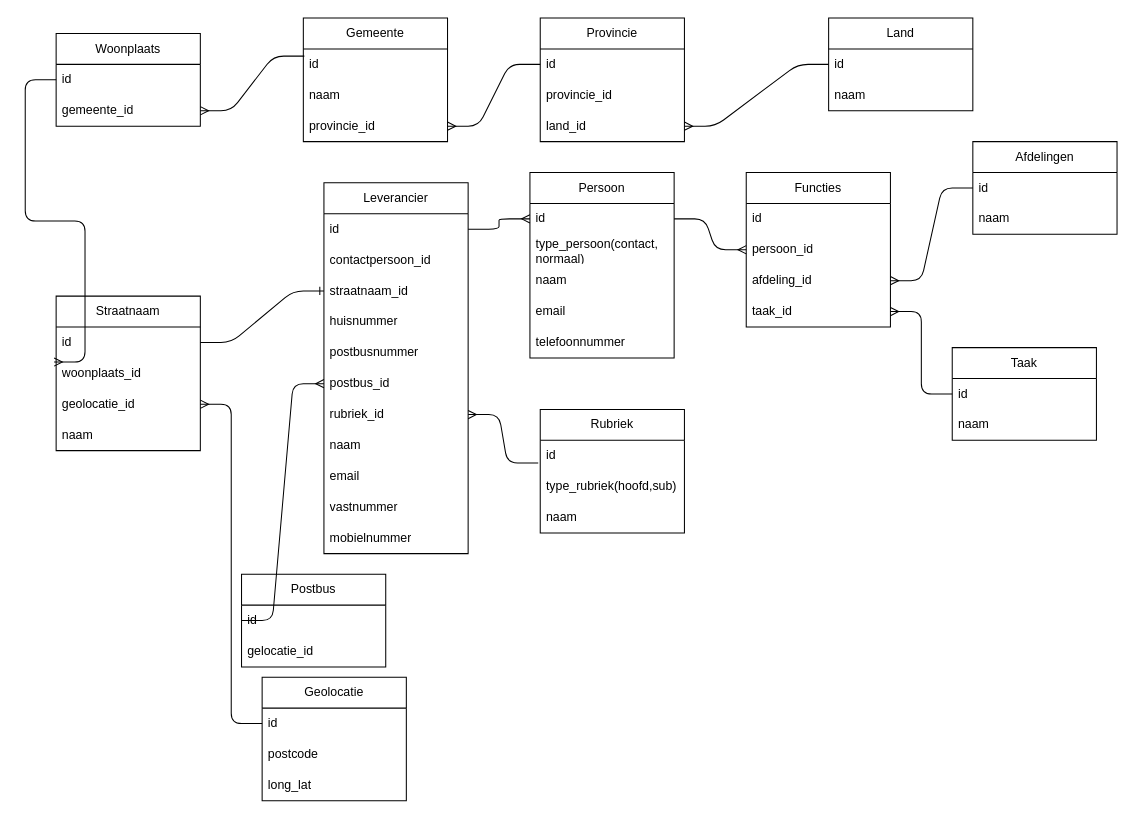
The draw.io diagram relational-data-storage/opdracht-1/DS-opdracht-1-vN.drawio in JaphletM/educom-data-science-1772441523, before the edit. Source tidied: cells renumbered, new cells numbered last; positions are measured from the earlier drawing's top-left corner, leaving out a move shared by most shapes. Both pictures are drawn from the tidied source at 103%, with x=0, y=0 at pixel (56, 18).
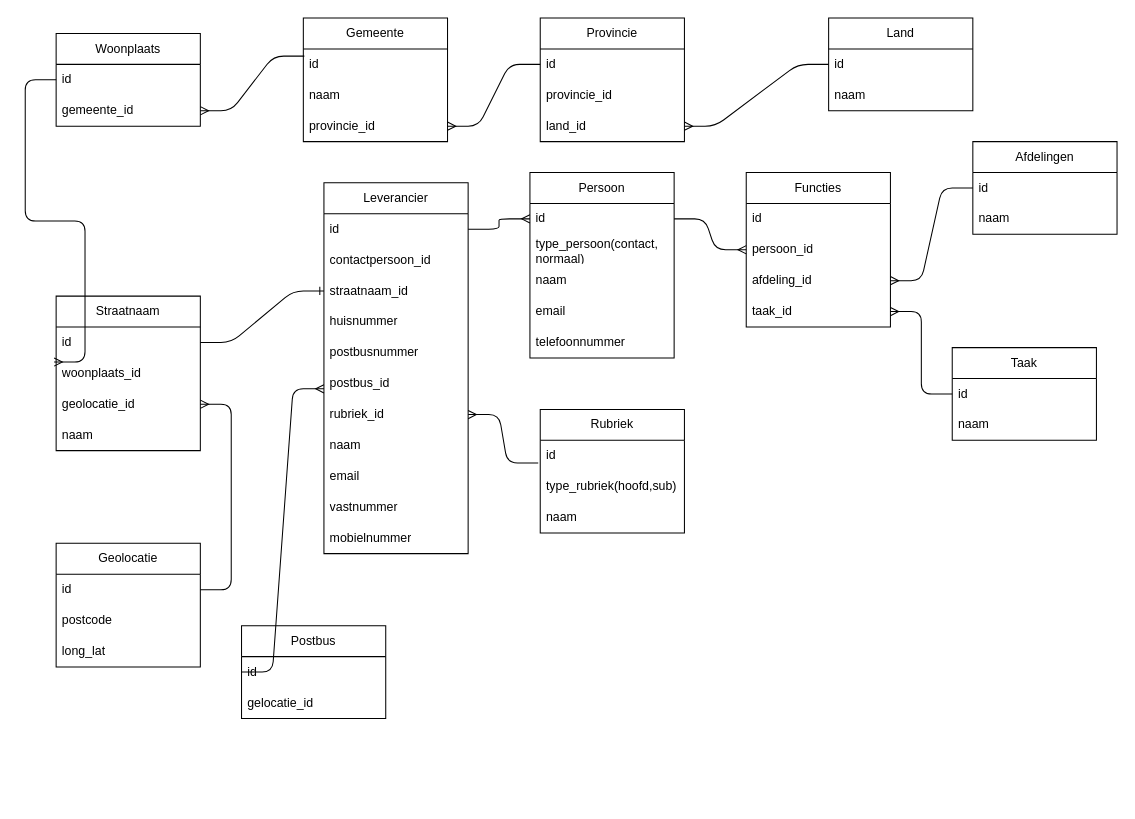
The same page after the edit.

Commit message:
Opdracht 2. ERD maken van bestaande database Fixes #3

Unchanged cells that the change refers to:
```xml
<mxCell id="3" value="id" style="text;strokeColor=none;fillColor=none;align=left;verticalAlign=middle;spacingLeft=4;spacingRight=4;overflow=hidden;points=[[0,0.5],[1,0.5]];portConstraint=eastwest;whiteSpace=wrap;html=1;" parent="2" vertex="1">
  <mxGeometry y="30" width="140" height="30" as="geometry" />
</mxCell>
<mxCell id="18" value="woonplaats_id" style="text;strokeColor=none;fillColor=none;align=left;verticalAlign=middle;spacingLeft=4;spacingRight=4;overflow=hidden;points=[[0,0.5],[1,0.5]];portConstraint=eastwest;whiteSpace=wrap;html=1;" parent="16" vertex="1">
  <mxGeometry y="60" width="140" height="30" as="geometry" />
</mxCell>
<mxCell id="19" value="geolocatie_id" style="text;strokeColor=none;fillColor=none;align=left;verticalAlign=middle;spacingLeft=4;spacingRight=4;overflow=hidden;points=[[0,0.5],[1,0.5]];portConstraint=eastwest;whiteSpace=wrap;html=1;" parent="16" vertex="1">
  <mxGeometry y="90" width="140" height="30" as="geometry" />
</mxCell>
<mxCell id="22" value="id" style="text;strokeColor=none;fillColor=none;align=left;verticalAlign=middle;spacingLeft=4;spacingRight=4;overflow=hidden;points=[[0,0.5],[1,0.5]];portConstraint=eastwest;whiteSpace=wrap;html=1;" parent="21" vertex="1">
  <mxGeometry y="30" width="140" height="30" as="geometry" />
</mxCell>
<mxCell id="31" value="postbus_id" style="text;strokeColor=none;fillColor=none;align=left;verticalAlign=middle;spacingLeft=4;spacingRight=4;overflow=hidden;points=[[0,0.5],[1,0.5]];portConstraint=eastwest;whiteSpace=wrap;html=1;" parent="25" vertex="1">
  <mxGeometry y="180" width="140" height="30" as="geometry" />
</mxCell>
<mxCell id="54" value="id" style="text;strokeColor=none;fillColor=none;align=left;verticalAlign=middle;spacingLeft=4;spacingRight=4;overflow=hidden;points=[[0,0.5],[1,0.5]];portConstraint=eastwest;whiteSpace=wrap;html=1;" parent="53" vertex="1">
  <mxGeometry y="30" width="140" height="30" as="geometry" />
</mxCell>
```

Change to the diagram source:
```diff
@@
     <mxCell id="21" value="Geolocatie" style="swimlane;fontStyle=0;horizontal=1;startSize=30;whiteSpace=wrap;html=1;" parent="1" vertex="1">
-      <mxGeometry x="200" y="640" width="140" height="120" as="geometry" />
+      <mxGeometry y="510" width="140" height="120" as="geometry" />
     </mxCell>
@@
     <mxCell id="49" style="edgeStyle=entityRelationEdgeStyle;fontSize=12;html=1;endArrow=ERmany;exitX=0;exitY=0.5;exitDx=0;exitDy=0;entryX=-0.014;entryY=0.133;entryDx=0;entryDy=0;entryPerimeter=0;" parent="1" edge="1" source="3" target="18">
-      <mxGeometry relative="1" as="geometry" />
+      <mxGeometry relative="1" as="geometry">
+        <Array as="points">
+          <mxPoint x="-20" y="20" />
+          <mxPoint x="-20" y="80" />
+          <mxPoint x="-20" y="270" />
+        </Array>
+      </mxGeometry>
     </mxCell>
-    <mxCell id="50" style="edgeStyle=entityRelationEdgeStyle;fontSize=12;html=1;endArrow=ERmany;exitX=0;exitY=0.5;exitDx=0;exitDy=0;" parent="1" edge="1" source="22" target="19">
+    <mxCell id="50" style="edgeStyle=entityRelationEdgeStyle;fontSize=12;html=1;endArrow=ERmany;exitX=1;exitY=0.5;exitDx=0;exitDy=0;" parent="1" edge="1" source="22" target="19">
       <mxGeometry relative="1" as="geometry" />
     </mxCell>
@@
     <mxCell id="53" value="Postbus" style="swimlane;fontStyle=0;horizontal=1;startSize=30;whiteSpace=wrap;html=1;" parent="1" vertex="1">
-      <mxGeometry x="180" y="540" width="140" height="90" as="geometry" />
+      <mxGeometry x="180" y="590" width="140" height="90" as="geometry" />
     </mxCell>
@@
+    <mxCell id="73" style="edgeStyle=entityRelationEdgeStyle;fontSize=12;html=1;endArrow=ERmany;exitX=0;exitY=0.5;exitDx=0;exitDy=0;" parent="53" edge="1" source="54">
+      <mxGeometry relative="1" as="geometry">
+        <mxPoint x="80" y="-230" as="targetPoint" />
+      </mxGeometry>
+    </mxCell>
@@
-    <mxCell id="56" style="edgeStyle=entityRelationEdgeStyle;fontSize=12;html=1;endArrow=ERmany;exitX=0;exitY=0.5;exitDx=0;exitDy=0;entryX=0;entryY=0.5;entryDx=0;entryDy=0;" parent="1" edge="1" source="54" target="31">
-      <mxGeometry relative="1" as="geometry">
-        <Array as="points">
-          <mxPoint x="200" y="470" />
-        </Array>
-      </mxGeometry>
-    </mxCell>
```
